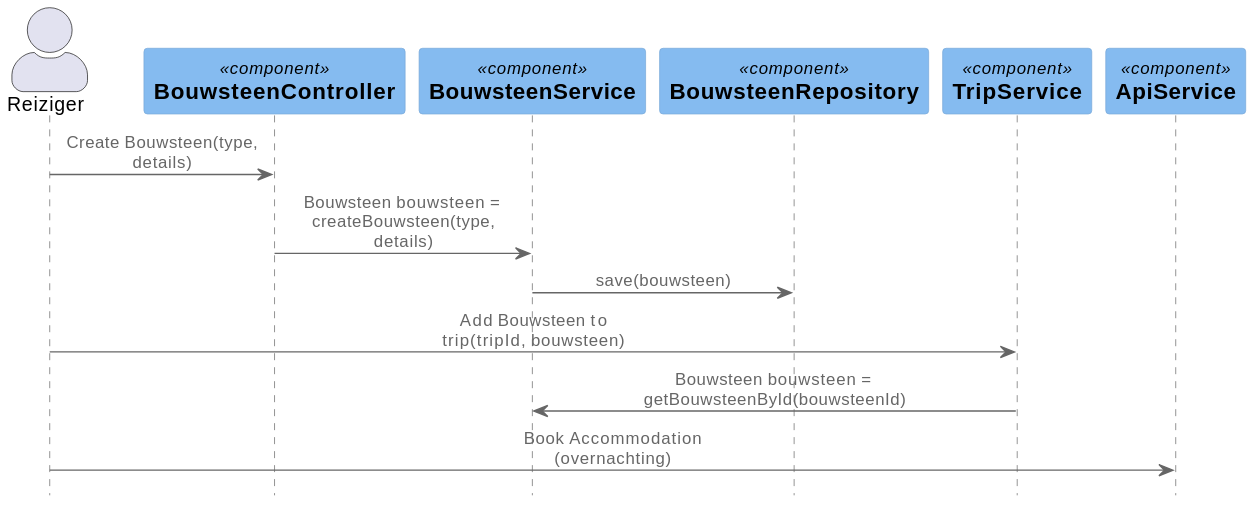
Before: Bartu/Onderzoek/dynamicDiagramOnderzoek-0.svg, a diagram exported from PlantUML (AIM-ENE-feb25/triptop-dravende-dikdiks).
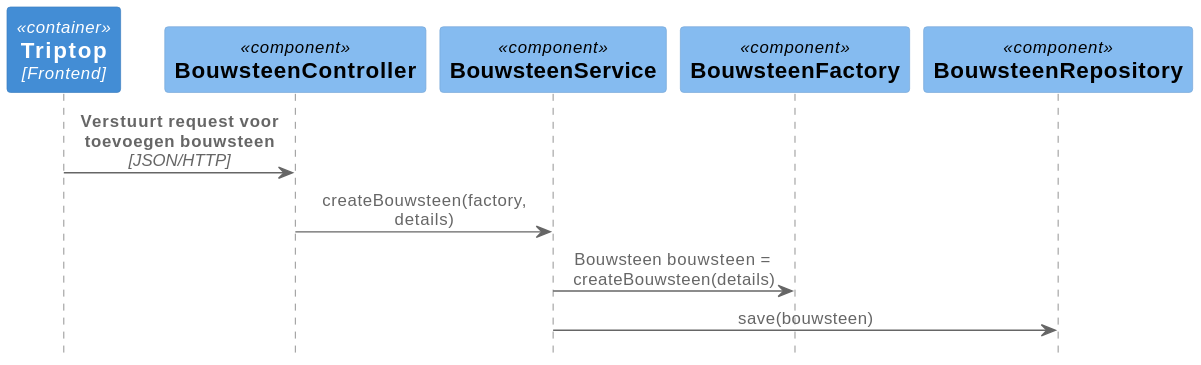
The same diagram one commit later.

Diff of the diagram source:
```diff
@@ -1,20 +1,14 @@
 @startuml
 !include https://raw.githubusercontent.com/plantuml-stdlib/C4-PlantUML/master/C4_Sequence.puml
 
-actor Reiziger
+Container(Triptop, "Triptop", "Frontend")
+Component(BouwsteenController, "BouwsteenController", "", "Beheert bouwstenen")
+Component(BouwsteenService, "BouwsteenService", "", "Behandelt bouwsteen logica")
+Component(BouwsteenFactory, "BouwsteenFactory", "", "Creëert Bouwsteen objecten")
+Component(BouwsteenRepository, "BouwsteenRepository", "", "Slaat bouwstenen op")
 
-Component(BouwsteenController, "BouwsteenController", "", "Beheert bouwstenen")
-Component(BouwsteenService, "BouwsteenService","", "Behandelt bouwsteen logica")
-Component(BouwsteenRepository, "BouwsteenRepository","", "Slaat bouwstenen op")
-Component(TripService, "TripService","", "Beheert trip gerelateerde bouwstenen")
-Component(ApiService, "ApiService","", "Boekt overnachtingen en vervoer")
-
-Reiziger -> BouwsteenController : Create Bouwsteen(type, details)
-BouwsteenController -> BouwsteenService : Bouwsteen bouwsteen = createBouwsteen(type, details)
+Rel(Triptop, BouwsteenController, "Verstuurt request voor toevoegen bouwsteen", "JSON/HTTP")
+BouwsteenController -> BouwsteenService : createBouwsteen(factory, details)
+BouwsteenService -> BouwsteenFactory : Bouwsteen bouwsteen = createBouwsteen(details)
 BouwsteenService -> BouwsteenRepository : save(bouwsteen)
-
-Reiziger -> TripService : Add Bouwsteen to trip(tripId, bouwsteen)
-TripService -> BouwsteenService : Bouwsteen bouwsteen = getBouwsteenById(bouwsteenId)
-
-Reiziger -> ApiService : Book Accommodation (overnachting)
 @enduml
```
